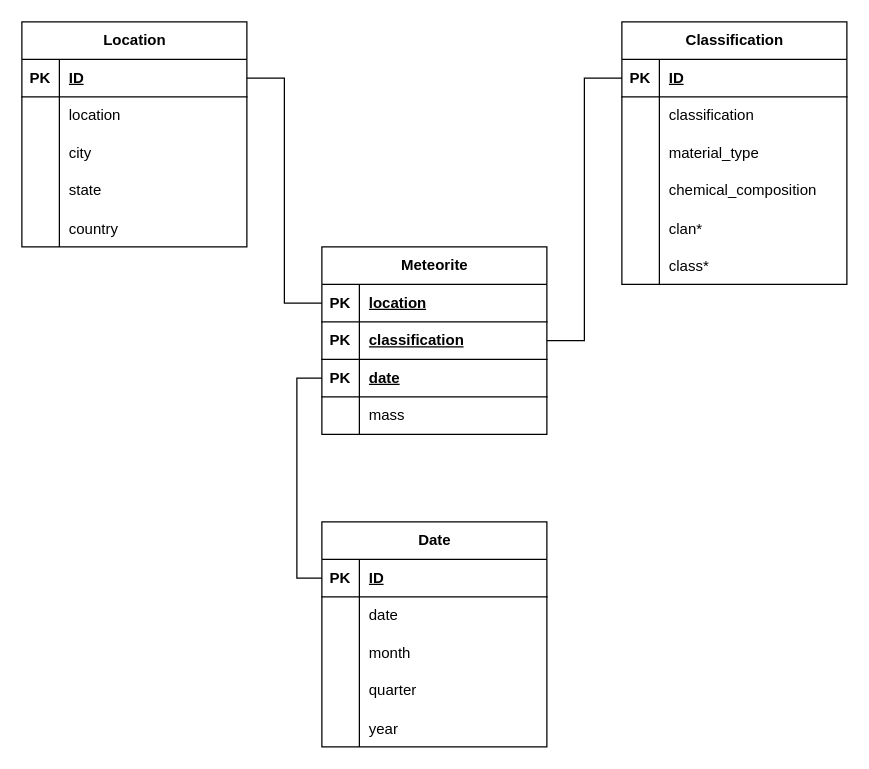
Before: images/star_schema.drawio in giusvale-dev/dm_project, a draw.io diagram. Source tidied: cells renumbered, new cells numbered last; positions are measured from the earlier drawing's top-left corner, leaving out a move shared by most shapes. Both pictures are drawn from the tidied source at 125%, with x=0, y=0 at pixel (21, 21).
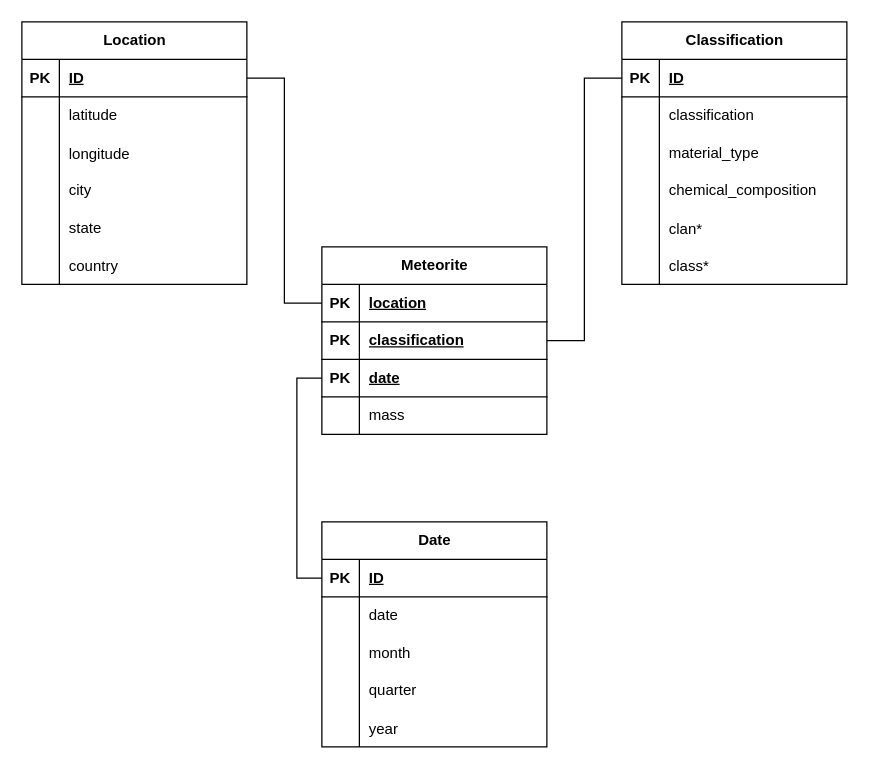
After the change.

Unchanged cells that the change refers to:
```xml
<mxCell id="19" style="shape=tableRow;horizontal=0;startSize=0;swimlaneHead=0;swimlaneBody=0;fillColor=none;top=0;left=0;right=0;bottom=0;" parent="15" vertex="1">
  <mxGeometry y="60" width="180" height="30" as="geometry" />
</mxCell>
```

Diff of the diagram source:
```diff
@@
     <mxCell id="15" value="Location" style="shape=table;startSize=30;childLayout=tableLayout;rowLines=0;fontStyle=1;align=center;html=1;" parent="1" vertex="1">
-      <mxGeometry width="180" height="180" as="geometry" />
+      <mxGeometry width="180" height="210" as="geometry" />
     </mxCell>
@@
-    <mxCell id="21" value="location" style="shape=partialRectangle;fillColor=none;top=0;left=0;bottom=0;right=0;align=left;spacingLeft=6;overflow=hidden;whiteSpace=wrap;html=1;" parent="19" vertex="1">
+    <mxCell id="21" value="latitude" style="shape=partialRectangle;fillColor=none;top=0;left=0;bottom=0;right=0;align=left;spacingLeft=6;overflow=hidden;whiteSpace=wrap;html=1;" parent="19" vertex="1">
       <mxGeometry x="30" width="150" height="30" as="geometry" />
     </mxCell>
+    <mxCell id="69" style="shape=tableRow;horizontal=0;startSize=0;swimlaneHead=0;swimlaneBody=0;fillColor=none;top=0;left=0;right=0;bottom=0;" parent="15" vertex="1">
+      <mxGeometry y="90" width="180" height="30" as="geometry" />
+    </mxCell>
+    <mxCell id="70" style="shape=partialRectangle;fillColor=none;top=0;left=0;bottom=0;right=0;overflow=hidden;" parent="69" vertex="1">
+      <mxGeometry width="30" height="30" as="geometry" />
+    </mxCell>
+    <mxCell id="71" value="longitude" style="shape=partialRectangle;fillColor=none;top=0;left=0;bottom=0;right=0;align=left;spacingLeft=6;overflow=hidden;" parent="69" vertex="1">
+      <mxGeometry x="30" width="150" height="30" as="geometry" />
+    </mxCell>
     <mxCell id="22" style="shape=tableRow;horizontal=0;startSize=0;swimlaneHead=0;swimlaneBody=0;fillColor=none;top=0;left=0;right=0;bottom=0;" parent="15" vertex="1">
-      <mxGeometry y="90" width="180" height="30" as="geometry" />
+      <mxGeometry y="120" width="180" height="30" as="geometry" />
     </mxCell>
@@
     <mxCell id="25" style="shape=tableRow;horizontal=0;startSize=0;swimlaneHead=0;swimlaneBody=0;fillColor=none;top=0;left=0;right=0;bottom=0;" parent="15" vertex="1">
-      <mxGeometry y="120" width="180" height="30" as="geometry" />
+      <mxGeometry y="150" width="180" height="30" as="geometry" />
     </mxCell>
@@
     <mxCell id="28" style="shape=tableRow;horizontal=0;startSize=0;swimlaneHead=0;swimlaneBody=0;fillColor=none;top=0;left=0;right=0;bottom=0;" parent="15" vertex="1">
-      <mxGeometry y="150" width="180" height="30" as="geometry" />
+      <mxGeometry y="180" width="180" height="30" as="geometry" />
     </mxCell>
```
